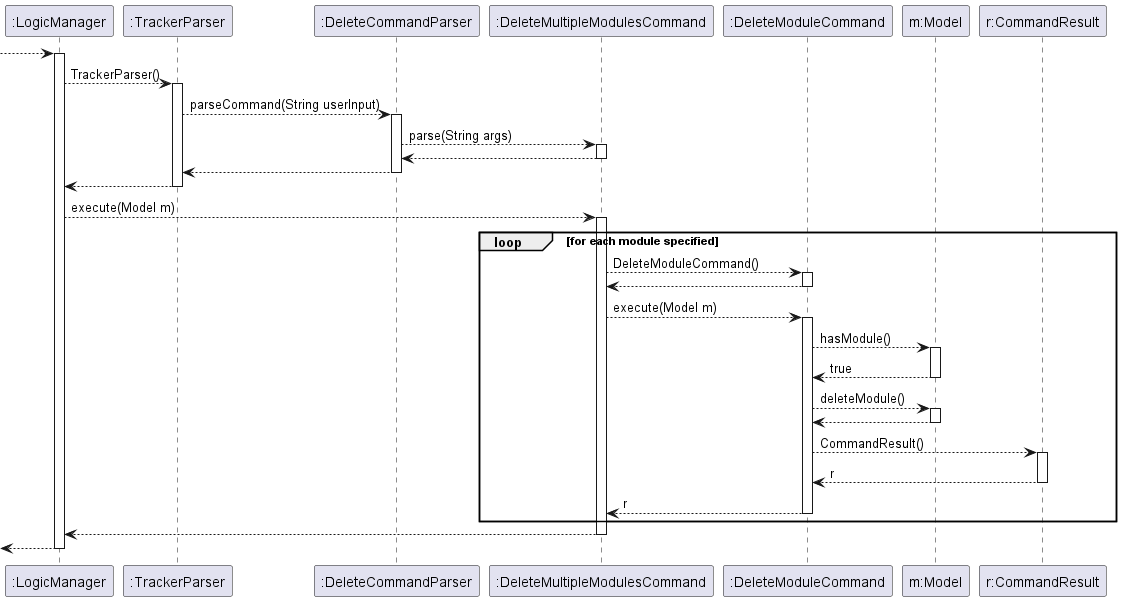
Before: docs/images/delete/DeleteModuleSequenceDiagram.png, a diagram exported from PlantUML (nus-cs2103-AY2223S2/tp). Its diagram source:
```plantuml
@startuml

--> ":LogicManager"
activate ":LogicManager"

":LogicManager" --> ":TrackerParser": TrackerParser()
activate ":TrackerParser"

":TrackerParser" --> ":DeleteCommandParser": parseCommand(String userInput)
activate ":DeleteCommandParser"

":DeleteCommandParser" --> ":DeleteMultipleModulesCommand": parse(String args)
activate ":DeleteMultipleModulesCommand"

":DeleteCommandParser" <-- ":DeleteMultipleModulesCommand"
deactivate ":DeleteMultipleModulesCommand"

":TrackerParser" <-- ":DeleteCommandParser"
deactivate ":DeleteCommandParser"

":LogicManager" <-- ":TrackerParser"
deactivate ":TrackerParser"

":LogicManager" --> ":DeleteMultipleModulesCommand": execute(Model m)
activate ":DeleteMultipleModulesCommand"

loop for each module specified
    ":DeleteMultipleModulesCommand" --> ":DeleteModuleCommand": DeleteModuleCommand()
    activate ":DeleteModuleCommand"

    ":DeleteMultipleModulesCommand" <-- ":DeleteModuleCommand"
    deactivate ":DeleteModuleCommand"

    ":DeleteMultipleModulesCommand" --> ":DeleteModuleCommand": execute(Model m)
    activate ":DeleteModuleCommand"

    ":DeleteModuleCommand" --> "m:Model" : hasModule()
    activate "m:Model"

    ":DeleteModuleCommand" <-- "m:Model": true
    deactivate "m:Model"

    ":DeleteModuleCommand" --> "m:Model": deleteModule()
    activate "m:Model"

    ":DeleteModuleCommand" <-- "m:Model"
    deactivate "m:Model"

    ":DeleteModuleCommand" --> "r:CommandResult": CommandResult()
    activate "r:CommandResult"

    ":DeleteModuleCommand" <-- "r:CommandResult": r
    deactivate "r:CommandResult"

    ":DeleteMultipleModulesCommand" <-- ":DeleteModuleCommand": r
    deactivate ":DeleteModuleCommand"
end

":LogicManager" <-- ":DeleteMultipleModulesCommand"
deactivate ":DeleteMultipleModulesCommand"

<-- ":LogicManager"
deactivate ":LogicManager"

@enduml
```
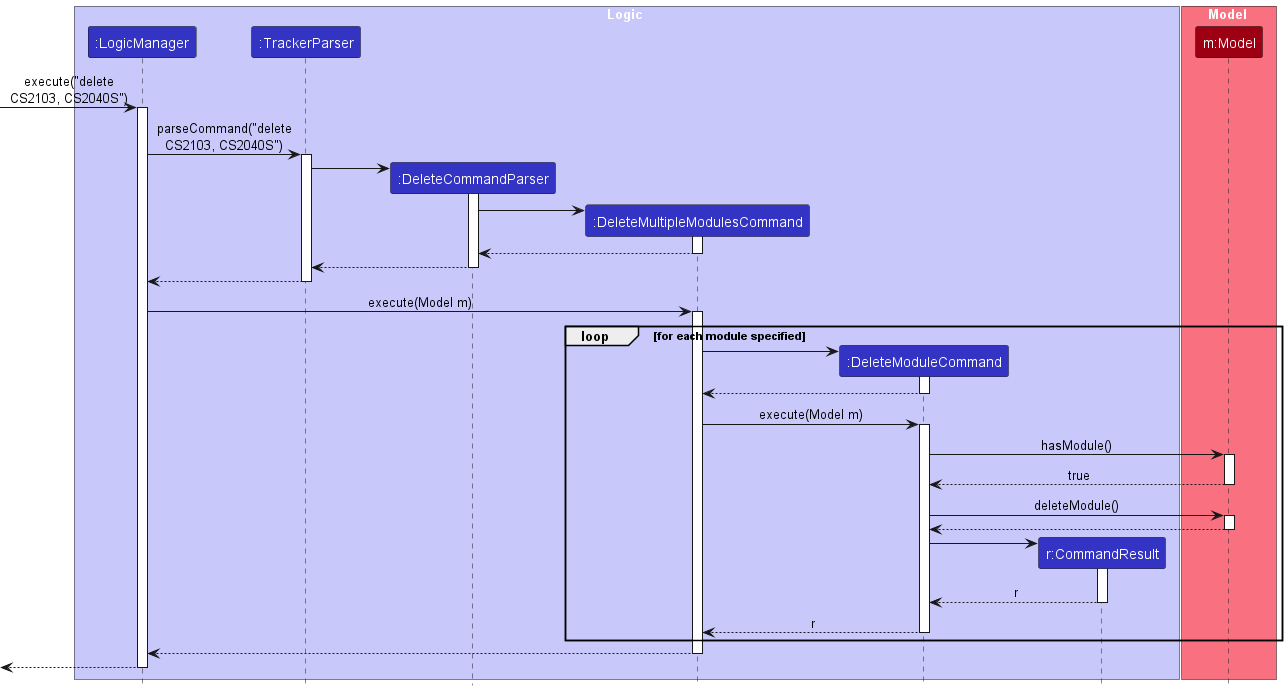
Later version of the same file.

Change to the diagram source:
```diff
@@ -1,15 +1,31 @@
 @startuml
+!include style.puml
 
---> ":LogicManager"
+box Logic LOGIC_COLOR_T1
+participant ":LogicManager" LOGIC_COLOR
+participant ":TrackerParser" LOGIC_COLOR
+participant ":DeleteCommandParser" LOGIC_COLOR
+participant ":DeleteMultipleModulesCommand" LOGIC_COLOR
+participant ":DeleteModuleCommand" LOGIC_COLOR
+participant "r:CommandResult" LOGIC_COLOR
+endbox
+
+box Model MODEL_COLOR_T1
+participant "m:Model" MODEL_COLOR
+end box
+
+-> ":LogicManager": execute("delete\nCS2103, CS2040S")
 activate ":LogicManager"
 
-":LogicManager" --> ":TrackerParser": TrackerParser()
+":LogicManager" -> ":TrackerParser": parseCommand("delete\nCS2103, CS2040S")
 activate ":TrackerParser"
 
-":TrackerParser" --> ":DeleteCommandParser": parseCommand(String userInput)
+create ":DeleteCommandParser"
+":TrackerParser" -> ":DeleteCommandParser"
 activate ":DeleteCommandParser"
 
-":DeleteCommandParser" --> ":DeleteMultipleModulesCommand": parse(String args)
+create ":DeleteMultipleModulesCommand"
+":DeleteCommandParser" -> ":DeleteMultipleModulesCommand"
 activate ":DeleteMultipleModulesCommand"
 
 ":DeleteCommandParser" <-- ":DeleteMultipleModulesCommand"
@@ -21,32 +37,35 @@
 ":LogicManager" <-- ":TrackerParser"
 deactivate ":TrackerParser"
 
-":LogicManager" --> ":DeleteMultipleModulesCommand": execute(Model m)
+":LogicManager" -> ":DeleteMultipleModulesCommand": execute(Model m)
 activate ":DeleteMultipleModulesCommand"
 
 loop for each module specified
-    ":DeleteMultipleModulesCommand" --> ":DeleteModuleCommand": DeleteModuleCommand()
+    create ":DeleteModuleCommand"
+
+    ":DeleteMultipleModulesCommand" -> ":DeleteModuleCommand"
     activate ":DeleteModuleCommand"
 
     ":DeleteMultipleModulesCommand" <-- ":DeleteModuleCommand"
     deactivate ":DeleteModuleCommand"
 
-    ":DeleteMultipleModulesCommand" --> ":DeleteModuleCommand": execute(Model m)
+    ":DeleteMultipleModulesCommand" -> ":DeleteModuleCommand": execute(Model m)
     activate ":DeleteModuleCommand"
 
-    ":DeleteModuleCommand" --> "m:Model" : hasModule()
+    ":DeleteModuleCommand" -> "m:Model" : hasModule()
     activate "m:Model"
 
     ":DeleteModuleCommand" <-- "m:Model": true
     deactivate "m:Model"
 
-    ":DeleteModuleCommand" --> "m:Model": deleteModule()
+    ":DeleteModuleCommand" -> "m:Model": deleteModule()
     activate "m:Model"
 
     ":DeleteModuleCommand" <-- "m:Model"
     deactivate "m:Model"
 
-    ":DeleteModuleCommand" --> "r:CommandResult": CommandResult()
+    create "r:CommandResult"
+    ":DeleteModuleCommand" -> "r:CommandResult"
     activate "r:CommandResult"
 
     ":DeleteModuleCommand" <-- "r:CommandResult": r
```
